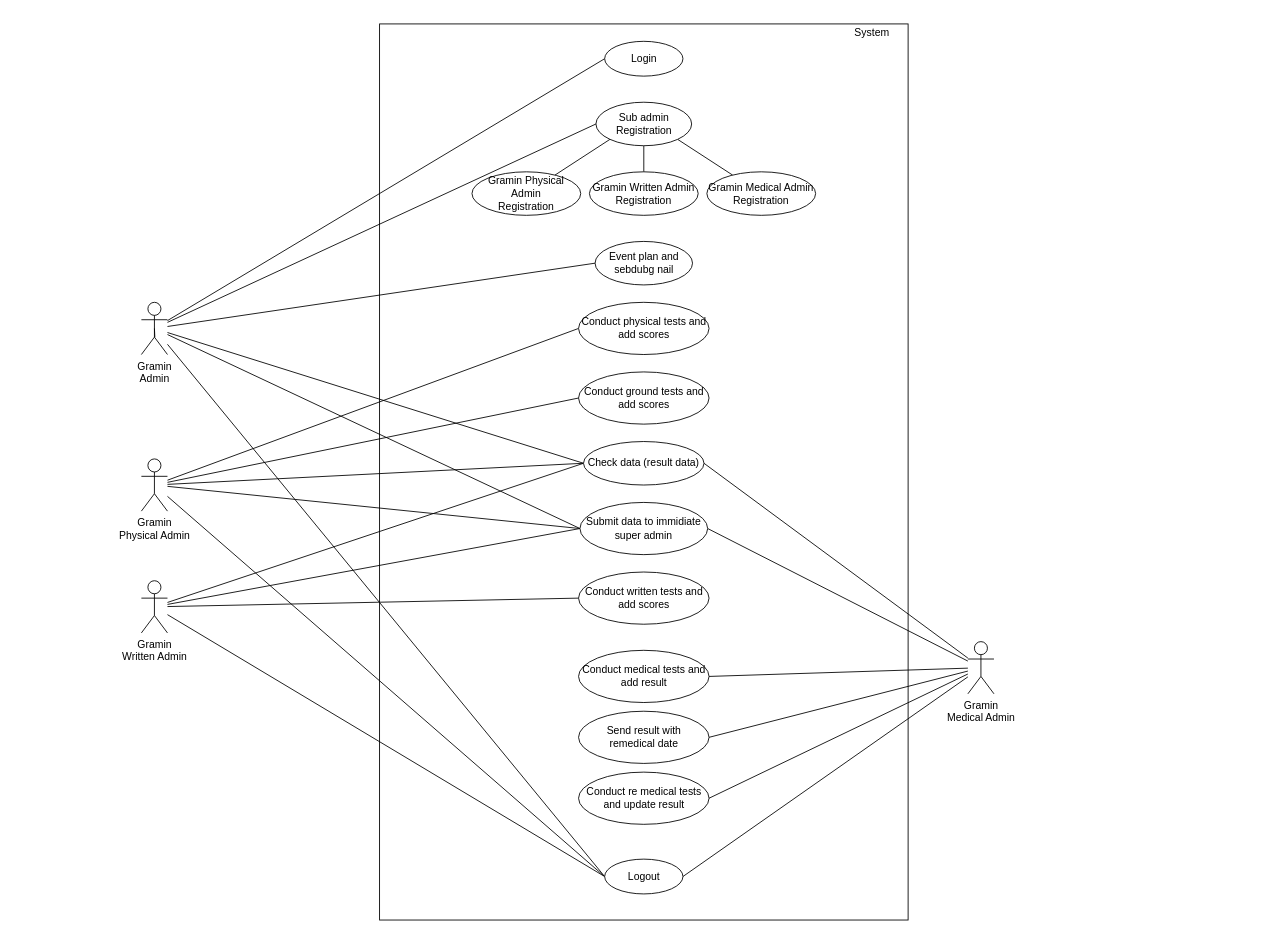
The draw.io diagram Documentation/Diagrams/Raw/Use_Case_Gramin.drawio in phoenix-295/Police_Bharti, before the edit. Source tidied: cells renumbered, new cells numbered last; positions are measured from the earlier drawing's top-left corner, leaving out a move shared by most shapes. Both pictures are drawn from the tidied source at 87%, with x=0, y=0 at pixel (141, 23).
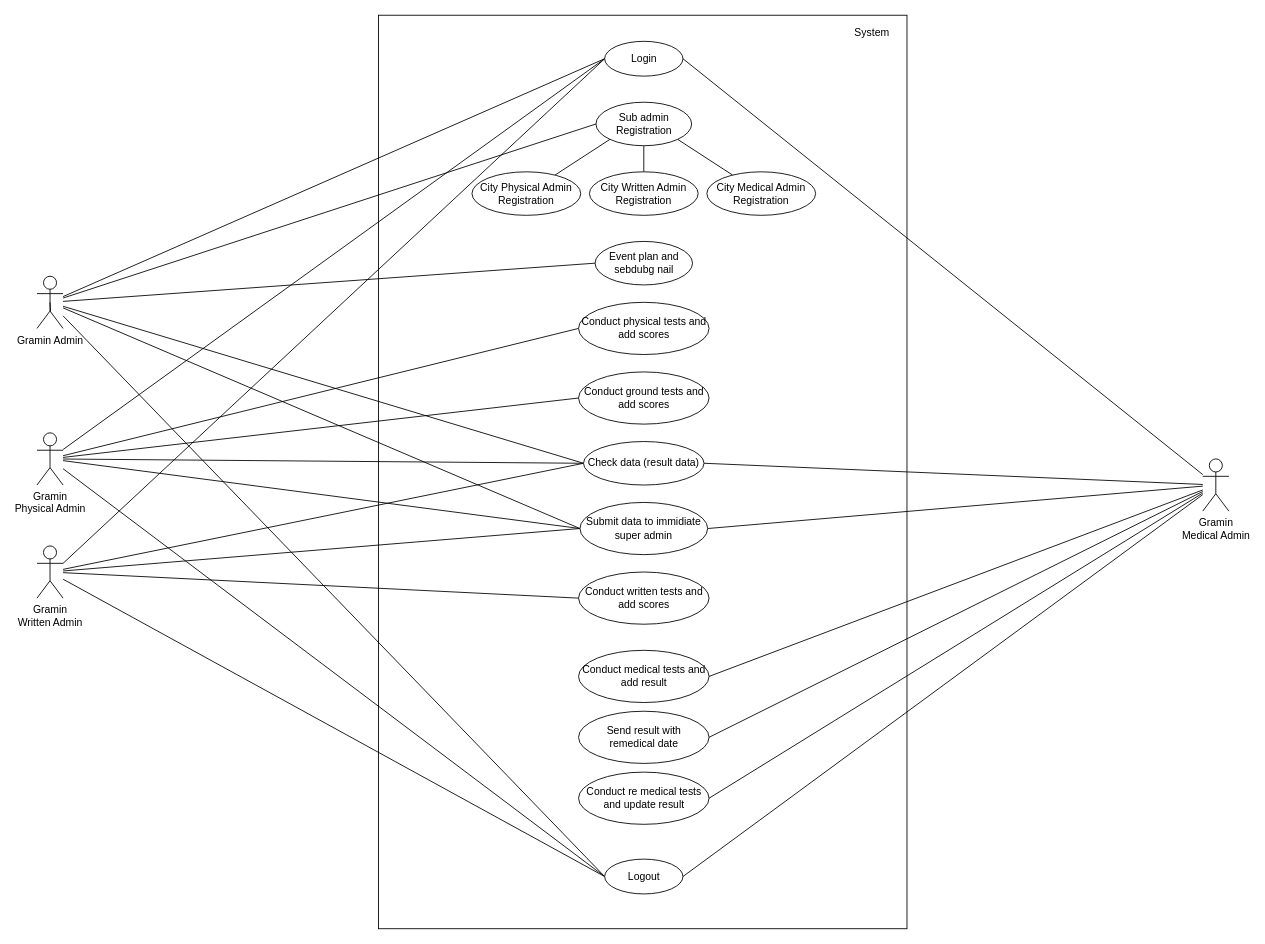
The same page after the edit.

The change refers to these unchanged cells:
```xml
<mxCell id="5" value="Login" style="ellipse;whiteSpace=wrap;html=1;" parent="1" vertex="1">
  <mxGeometry x="532.5" y="20" width="90" height="40" as="geometry" />
</mxCell>
```

What changed in the source:
```diff
@@
     <mxCell id="2" style="rounded=0;whiteSpace=wrap;html=1;" parent="1" vertex="1">
-      <mxGeometry x="273.8" width="607.5" height="1030" as="geometry" />
+      <mxGeometry x="272.5" y="-10" width="607.5" height="1050" as="geometry" />
     </mxCell>
@@
-    <mxCell id="4" value="Gramin &lt;br&gt;Admin" style="shape=umlActor;verticalLabelPosition=bottom;verticalAlign=top;html=1;outlineConnect=0;" parent="1" vertex="1">
-      <mxGeometry y="320" width="30" height="60" as="geometry" />
+    <mxCell id="4" value="Gramin Admin" style="shape=umlActor;verticalLabelPosition=bottom;verticalAlign=top;html=1;outlineConnect=0;" parent="1" vertex="1">
+      <mxGeometry x="-120" y="290" width="30" height="60" as="geometry" />
     </mxCell>
+    <mxCell id="48" style="edgeStyle=none;rounded=0;jettySize=auto;html=1;exitX=0;exitY=0.5;exitDx=0;exitDy=0;endArrow=none;endFill=0;" parent="1" edge="1" source="5" target="30">
+      <mxGeometry relative="1" as="geometry" />
+    </mxCell>
+    <mxCell id="49" style="edgeStyle=none;rounded=0;jettySize=auto;html=1;exitX=0;exitY=0.5;exitDx=0;exitDy=0;entryX=1;entryY=0.3333333333333333;entryDx=0;entryDy=0;entryPerimeter=0;endArrow=none;endFill=0;" parent="1" edge="1" source="5" target="46">
+      <mxGeometry relative="1" as="geometry" />
+    </mxCell>
+    <mxCell id="50" style="edgeStyle=none;rounded=0;jettySize=auto;html=1;exitX=1;exitY=0.5;exitDx=0;exitDy=0;endArrow=none;endFill=0;" parent="1" edge="1" source="5" target="47">
+      <mxGeometry relative="1" as="geometry" />
+    </mxCell>
@@
-    <mxCell id="21" value="Gramin Physical Admin&lt;br&gt;Registration" style="ellipse;whiteSpace=wrap;html=1;" parent="1" vertex="1">
+    <mxCell id="21" value="City Physical Admin&lt;br&gt;Registration" style="ellipse;whiteSpace=wrap;html=1;" parent="1" vertex="1">
       <mxGeometry x="380" y="170" width="125" height="50" as="geometry" />
     </mxCell>
-    <mxCell id="22" value="Gramin Written Admin&lt;br&gt;Registration" style="ellipse;whiteSpace=wrap;html=1;" parent="1" vertex="1">
+    <mxCell id="22" value="City Written Admin&lt;br&gt;Registration" style="ellipse;whiteSpace=wrap;html=1;" parent="1" vertex="1">
       <mxGeometry x="515" y="170" width="125" height="50" as="geometry" />
     </mxCell>
@@
-    <mxCell id="29" value="Gramin Medical Admin Registration" style="ellipse;whiteSpace=wrap;html=1;" parent="1" vertex="1">
+    <mxCell id="29" value="City Medical Admin Registration" style="ellipse;whiteSpace=wrap;html=1;" parent="1" vertex="1">
       <mxGeometry x="650" y="170" width="125" height="50" as="geometry" />
     </mxCell>
     <mxCell id="30" value="Gramin&lt;br&gt;Physical Admin" style="shape=umlActor;verticalLabelPosition=bottom;verticalAlign=top;html=1;outlineConnect=0;" parent="1" vertex="1">
-      <mxGeometry y="500" width="30" height="60" as="geometry" />
+      <mxGeometry x="-120" y="470" width="30" height="60" as="geometry" />
     </mxCell>
@@
-    <mxCell id="46" value="Gramin &lt;br&gt;Written Admin" style="shape=umlActor;verticalLabelPosition=bottom;verticalAlign=top;html=1;outlineConnect=0;" parent="1" vertex="1">
-      <mxGeometry y="640" width="30" height="60" as="geometry" />
+    <mxCell id="46" value="Gramin&lt;br&gt;Written Admin" style="shape=umlActor;verticalLabelPosition=bottom;verticalAlign=top;html=1;outlineConnect=0;" parent="1" vertex="1">
+      <mxGeometry x="-120" y="600" width="30" height="60" as="geometry" />
     </mxCell>
     <mxCell id="47" value="Gramin&lt;br&gt;Medical Admin" style="shape=umlActor;verticalLabelPosition=bottom;verticalAlign=top;html=1;outlineConnect=0;" parent="1" vertex="1">
-      <mxGeometry x="950" y="710" width="30" height="60" as="geometry" />
+      <mxGeometry x="1220" y="500" width="30" height="60" as="geometry" />
     </mxCell>
```
